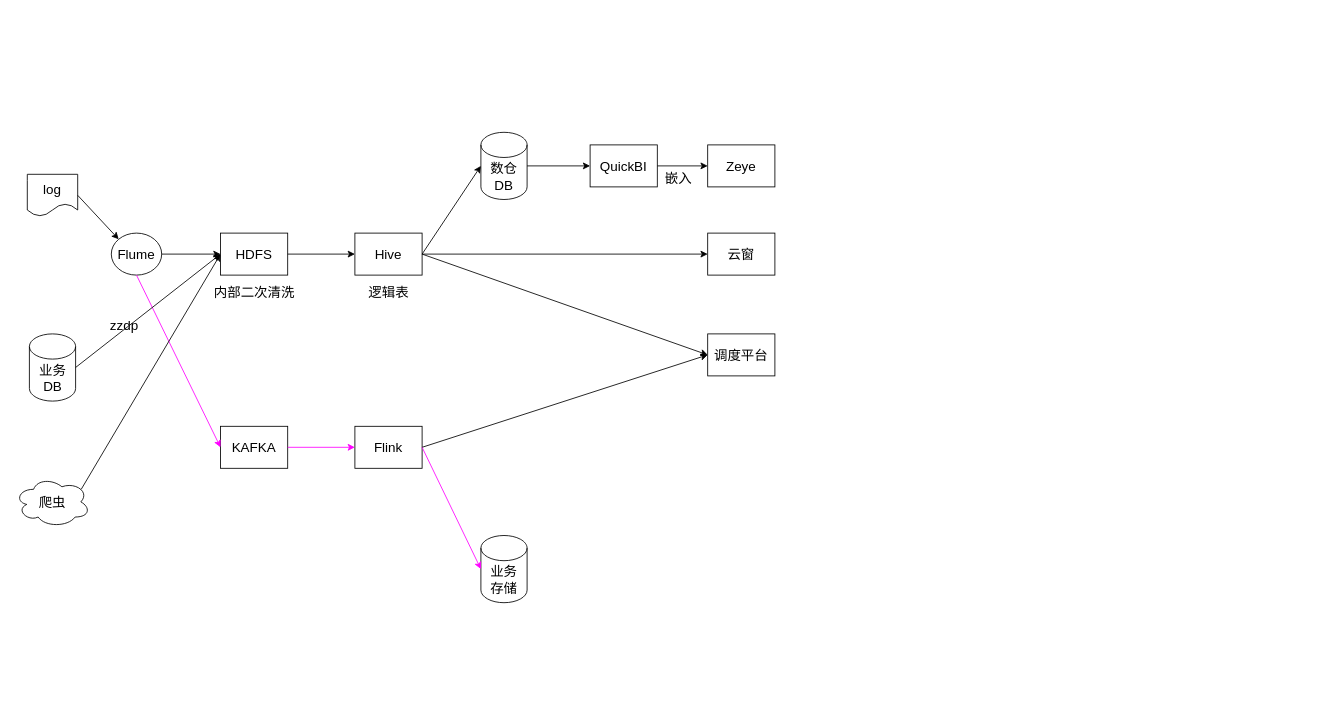
The draw.io diagram tc/大数据.drawio in zhuanzhuan-tech/arch-draw-io, before the edit. Source tidied: cells renumbered, new cells numbered last; positions are measured from the earlier drawing's top-left corner, leaving out a move shared by most shapes. Both pictures are drawn from the tidied source at 84%, with x=0, y=0 at pixel (14, 132).
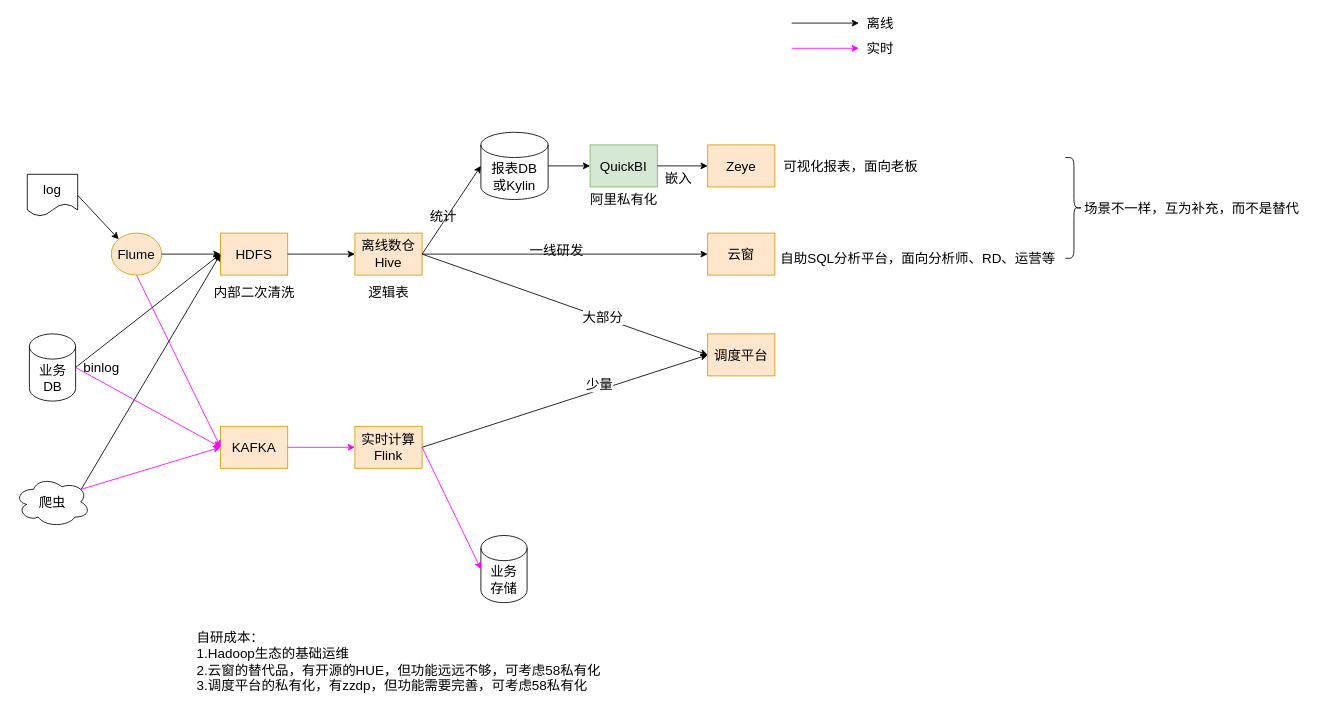
After the change.

The change refers to these unchanged cells:
```xml
<mxCell id="3" value="业务DB" style="shape=cylinder3;whiteSpace=wrap;html=1;boundedLbl=1;backgroundOutline=1;size=15;fontSize=16;" parent="1" vertex="1">
  <mxGeometry x="17.5" y="240" width="55" height="80" as="geometry" />
</mxCell>
<mxCell id="4" value="爬虫" style="ellipse;shape=cloud;whiteSpace=wrap;html=1;fontSize=16;" parent="1" vertex="1">
  <mxGeometry y="410" width="90" height="60" as="geometry" />
</mxCell>
<mxCell id="29" style="endArrow=classic;html=1;rounded=0;fontSize=16;exitX=1;exitY=0.5;exitDx=0;exitDy=0;entryX=0;entryY=0.5;entryDx=0;entryDy=0;" parent="1" edge="1" source="14" target="28">
  <mxGeometry relative="1" as="geometry" />
</mxCell>
<mxCell id="30" style="endArrow=classic;html=1;rounded=0;fontSize=16;exitX=1;exitY=0.5;exitDx=0;exitDy=0;entryX=0;entryY=0.5;entryDx=0;entryDy=0;" parent="1" edge="1" source="15" target="28">
  <mxGeometry relative="1" as="geometry" />
</mxCell>
```

Diff of the diagram source:
```diff
@@
-    <mxCell id="5" value="HDFS" style="rounded=0;whiteSpace=wrap;html=1;fontSize=16;" parent="1" vertex="1">
+    <mxCell id="5" value="HDFS" style="rounded=0;whiteSpace=wrap;html=1;fontSize=16;fillColor=#ffe6cc;strokeColor=#d79b00;" parent="1" vertex="1">
       <mxGeometry x="245" y="120" width="80" height="50" as="geometry" />
     </mxCell>
-    <mxCell id="6" value="Flume" style="ellipse;whiteSpace=wrap;html=1;fontSize=16;" parent="1" vertex="1">
+    <mxCell id="6" value="Flume" style="ellipse;whiteSpace=wrap;html=1;fontSize=16;fillColor=#ffe6cc;strokeColor=#d79b00;" parent="1" vertex="1">
       <mxGeometry x="115" y="120" width="60" height="50" as="geometry" />
     </mxCell>
-    <mxCell id="7" value="KAFKA" style="rounded=0;whiteSpace=wrap;html=1;fontSize=16;" parent="1" vertex="1">
+    <mxCell id="7" value="KAFKA" style="rounded=0;whiteSpace=wrap;html=1;fontSize=16;fillColor=#ffe6cc;strokeColor=#d79b00;" parent="1" vertex="1">
       <mxGeometry x="245" y="350" width="80" height="50" as="geometry" />
     </mxCell>
@@
-    <mxCell id="14" value="Hive" style="rounded=0;whiteSpace=wrap;html=1;fontSize=16;" parent="1" vertex="1">
+    <mxCell id="14" value="离线数仓&lt;br&gt;Hive" style="rounded=0;whiteSpace=wrap;html=1;fontSize=16;fillColor=#ffe6cc;strokeColor=#d79b00;" parent="1" vertex="1">
       <mxGeometry x="405" y="120" width="80" height="50" as="geometry" />
     </mxCell>
-    <mxCell id="15" value="Flink" style="rounded=0;whiteSpace=wrap;html=1;fontSize=16;" parent="1" vertex="1">
+    <mxCell id="15" value="实时计算&lt;br&gt;Flink" style="rounded=0;whiteSpace=wrap;html=1;fontSize=16;fillColor=#ffe6cc;strokeColor=#d79b00;" parent="1" vertex="1">
       <mxGeometry x="405" y="350" width="80" height="50" as="geometry" />
     </mxCell>
-    <mxCell id="16" value="zzdp" style="text;html=1;align=center;verticalAlign=middle;strokeColor=none;fillColor=none;fontSize=16;" parent="1" vertex="1">
-      <mxGeometry x="105" y="220" width="50" height="20" as="geometry" />
-    </mxCell>
@@
-    <mxCell id="18" value="数仓DB" style="shape=cylinder3;whiteSpace=wrap;html=1;boundedLbl=1;backgroundOutline=1;size=15;fontSize=16;" parent="1" vertex="1">
-      <mxGeometry x="555" width="55" height="80" as="geometry" />
+    <mxCell id="18" value="报表DB&lt;br&gt;或Kylin" style="shape=cylinder3;whiteSpace=wrap;html=1;boundedLbl=1;backgroundOutline=1;size=15;fontSize=16;" parent="1" vertex="1">
+      <mxGeometry x="555" width="80" height="80" as="geometry" />
     </mxCell>
-    <mxCell id="19" value="QuickBI" style="rounded=0;whiteSpace=wrap;html=1;fontSize=16;" parent="1" vertex="1">
+    <mxCell id="19" value="QuickBI" style="rounded=0;whiteSpace=wrap;html=1;fontSize=16;fillColor=#d5e8d4;strokeColor=#82b366;" parent="1" vertex="1">
       <mxGeometry x="685" y="15" width="80" height="50" as="geometry" />
     </mxCell>
-    <mxCell id="20" value="Zeye" style="rounded=0;whiteSpace=wrap;html=1;fontSize=16;" parent="1" vertex="1">
+    <mxCell id="20" value="Zeye" style="rounded=0;whiteSpace=wrap;html=1;fontSize=16;fillColor=#ffe6cc;strokeColor=#d79b00;" parent="1" vertex="1">
       <mxGeometry x="825" y="15" width="80" height="50" as="geometry" />
     </mxCell>
@@
-    <mxCell id="26" value="云窗" style="rounded=0;whiteSpace=wrap;html=1;fontSize=16;" parent="1" vertex="1">
+    <mxCell id="26" value="云窗" style="rounded=0;whiteSpace=wrap;html=1;fontSize=16;fillColor=#ffe6cc;strokeColor=#d79b00;" parent="1" vertex="1">
       <mxGeometry x="825" y="120" width="80" height="50" as="geometry" />
     </mxCell>
@@
-    <mxCell id="28" value="调度平台" style="rounded=0;whiteSpace=wrap;html=1;fontSize=16;" parent="1" vertex="1">
+    <mxCell id="28" value="调度平台" style="rounded=0;whiteSpace=wrap;html=1;fontSize=16;fillColor=#ffe6cc;strokeColor=#d79b00;" parent="1" vertex="1">
       <mxGeometry x="825" y="240" width="80" height="50" as="geometry" />
     </mxCell>
@@
+    <mxCell id="34" value="大部分" style="edgeLabel;html=1;align=center;verticalAlign=middle;fontSize=16;" parent="29" vertex="1">
+      <mxGeometry x="0.26" relative="1" as="geometry">
+        <mxPoint y="-1" as="offset" />
+      </mxGeometry>
+    </mxCell>
@@
+    <mxCell id="35" value="少量" style="edgeLabel;html=1;align=center;verticalAlign=middle;fontSize=16;" parent="30" vertex="1">
+      <mxGeometry x="0.24" y="3" relative="1" as="geometry">
+        <mxPoint y="-4" as="offset" />
+      </mxGeometry>
+    </mxCell>
@@
+    <mxCell id="36" value="阿里私有化" style="text;html=1;align=center;verticalAlign=middle;strokeColor=none;fillColor=none;fontSize=16;" parent="1" vertex="1">
+      <mxGeometry x="675" y="70" width="100" height="20" as="geometry" />
+    </mxCell>
+    <mxCell id="37" value="自研成本：&lt;br&gt;1.Hadoop生态的基础运维&lt;br&gt;2.云窗的替代品，有开源的HUE，但功能远远不够，可考虑58私有化&lt;br&gt;3.调度平台的私有化，有zzdp，但功能需要完善，可考虑58私有化" style="text;html=1;align=left;verticalAlign=middle;strokeColor=none;fillColor=none;fontSize=16;" parent="1" vertex="1">
+      <mxGeometry x="215" y="590" width="500" height="80" as="geometry" />
+    </mxCell>
+    <mxCell id="38" value="可视化报表，面向老板" style="text;html=1;align=center;verticalAlign=middle;strokeColor=none;fillColor=none;fontSize=16;" parent="1" vertex="1">
+      <mxGeometry x="905" y="30" width="180" height="20" as="geometry" />
+    </mxCell>
+    <mxCell id="39" value="自助SQL分析平台，面向分析师、RD、运营等" style="text;html=1;align=center;verticalAlign=middle;strokeColor=none;fillColor=none;fontSize=16;" parent="1" vertex="1">
+      <mxGeometry x="905" y="140" width="340" height="20" as="geometry" />
+    </mxCell>
+    <mxCell id="40" style="shape=curlyBracket;whiteSpace=wrap;html=1;rounded=1;flipH=1;fontSize=16;" parent="1" vertex="1">
+      <mxGeometry x="1251" y="30" width="20" height="120" as="geometry" />
+    </mxCell>
+    <mxCell id="41" value="场景不一样，互为补充，而不是替代" style="text;html=1;align=center;verticalAlign=middle;strokeColor=none;fillColor=none;fontSize=16;" parent="1" vertex="1">
+      <mxGeometry x="1266" y="80" width="270" height="20" as="geometry" />
+    </mxCell>
+    <mxCell id="42" value="统计" style="text;html=1;align=center;verticalAlign=middle;strokeColor=none;fillColor=none;fontSize=16;" parent="1" vertex="1">
+      <mxGeometry x="485" y="90" width="50" height="20" as="geometry" />
+    </mxCell>
+    <mxCell id="43" value="一线研发" style="text;html=1;align=center;verticalAlign=middle;strokeColor=none;fillColor=none;fontSize=16;" parent="1" vertex="1">
+      <mxGeometry x="605" y="130" width="80" height="20" as="geometry" />
+    </mxCell>
+    <mxCell id="44" style="endArrow=classic;html=1;rounded=0;fontSize=16;exitX=1;exitY=0.5;exitDx=0;exitDy=0;entryX=0;entryY=0.5;entryDx=0;entryDy=0;strokeColor=#FF00FF;exitPerimeter=0;" parent="1" edge="1" source="3" target="7">
+      <mxGeometry relative="1" as="geometry" />
+    </mxCell>
+    <mxCell id="45" value="binlog" style="text;html=1;align=center;verticalAlign=middle;strokeColor=none;fillColor=none;fontSize=16;" parent="1" vertex="1">
+      <mxGeometry x="72.5" y="270" width="60" height="20" as="geometry" />
+    </mxCell>
+    <mxCell id="46" style="endArrow=classic;html=1;rounded=0;fontSize=16;exitX=0.88;exitY=0.25;exitDx=0;exitDy=0;entryX=0;entryY=0.5;entryDx=0;entryDy=0;strokeColor=#FF00FF;exitPerimeter=0;" parent="1" edge="1" source="4" target="7">
+      <mxGeometry relative="1" as="geometry" />
+    </mxCell>
+    <mxCell id="47" style="endArrow=classic;html=1;rounded=0;fontSize=16;exitX=1;exitY=0.5;exitDx=0;exitDy=0;entryX=0;entryY=0.5;entryDx=0;entryDy=0;" parent="1" edge="1">
+      <mxGeometry relative="1" as="geometry">
+        <mxPoint x="925" y="-130" as="sourcePoint" />
+        <mxPoint x="1005" y="-130" as="targetPoint" />
+      </mxGeometry>
+    </mxCell>
+    <mxCell id="48" value="离线" style="text;html=1;align=center;verticalAlign=middle;strokeColor=none;fillColor=none;fontSize=16;" parent="1" vertex="1">
+      <mxGeometry x="1005" y="-140" width="50" height="20" as="geometry" />
+    </mxCell>
+    <mxCell id="49" style="endArrow=classic;html=1;rounded=0;fontSize=16;exitX=1;exitY=0.5;exitDx=0;exitDy=0;entryX=0;entryY=0.5;entryDx=0;entryDy=0;strokeColor=#FF00FF;" parent="1" edge="1">
+      <mxGeometry relative="1" as="geometry">
+        <mxPoint x="925" y="-100" as="sourcePoint" />
+        <mxPoint x="1005" y="-100" as="targetPoint" />
+      </mxGeometry>
+    </mxCell>
+    <mxCell id="50" value="实时" style="text;html=1;align=center;verticalAlign=middle;strokeColor=none;fillColor=none;fontSize=16;" parent="1" vertex="1">
+      <mxGeometry x="1005" y="-110" width="50" height="20" as="geometry" />
+    </mxCell>
```
